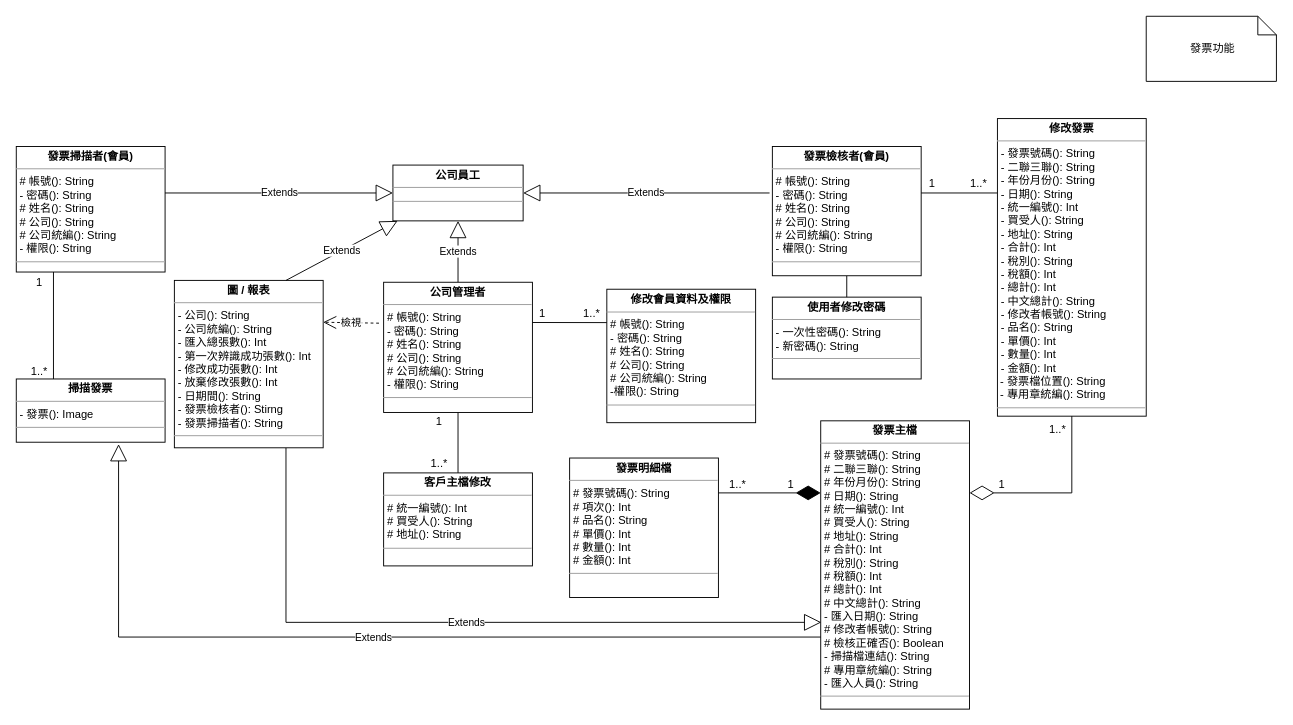
Before: 第五章 圖片繪製及匯出檔/分析類別圖-Analysisclass.drawio in dkf0723/BillAutoIdentify, a draw.io diagram. Source tidied: cells renumbered, new cells numbered last; positions are measured from the earlier drawing's top-left corner, leaving out a move shared by most shapes. Both pictures are drawn from the tidied source at 93%, with x=0, y=0 at pixel (16, 16).
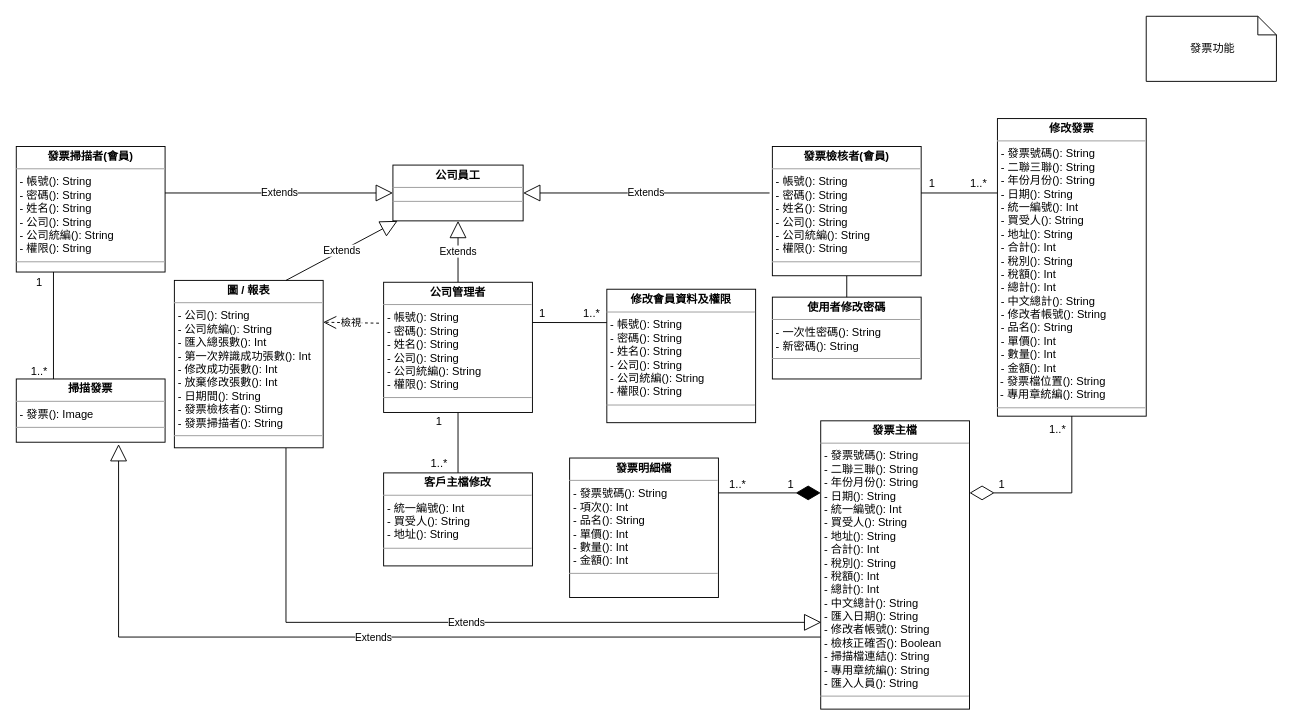
Above is the later version.

What changed in the source:
```diff
@@
-    <mxCell id="2" value="&lt;p style=&quot;margin:0px;margin-top:4px;text-align:center;&quot;&gt;&lt;b&gt;客戶主檔修改&lt;/b&gt;&lt;/p&gt;&lt;hr size=&quot;1&quot;&gt;&lt;p style=&quot;border-color: var(--border-color); margin: 0px 0px 0px 4px;&quot;&gt;# 統一編號(): Int&lt;/p&gt;&lt;p style=&quot;border-color: var(--border-color); margin: 0px 0px 0px 4px;&quot;&gt;# 買受人(): String&lt;/p&gt;&lt;p style=&quot;border-color: var(--border-color); margin: 0px 0px 0px 4px;&quot;&gt;# 地址(): String&lt;/p&gt;&lt;hr size=&quot;1&quot;&gt;&lt;p style=&quot;margin:0px;margin-left:4px;&quot;&gt;&lt;br&gt;&lt;/p&gt;" style="verticalAlign=top;align=left;overflow=fill;fontSize=12;fontFamily=Helvetica;html=1;whiteSpace=wrap;" parent="1" vertex="1">
+    <mxCell id="2" value="&lt;p style=&quot;margin:0px;margin-top:4px;text-align:center;&quot;&gt;&lt;b&gt;客戶主檔修改&lt;/b&gt;&lt;/p&gt;&lt;hr size=&quot;1&quot;&gt;&lt;p style=&quot;border-color: var(--border-color); margin: 0px 0px 0px 4px;&quot;&gt;- 統一編號(): Int&lt;/p&gt;&lt;p style=&quot;border-color: var(--border-color); margin: 0px 0px 0px 4px;&quot;&gt;- 買受人(): String&lt;/p&gt;&lt;p style=&quot;border-color: var(--border-color); margin: 0px 0px 0px 4px;&quot;&gt;- 地址(): String&lt;/p&gt;&lt;hr size=&quot;1&quot;&gt;&lt;p style=&quot;margin:0px;margin-left:4px;&quot;&gt;&lt;br&gt;&lt;/p&gt;" style="verticalAlign=top;align=left;overflow=fill;fontSize=12;fontFamily=Helvetica;html=1;whiteSpace=wrap;" parent="1" vertex="1">
       <mxGeometry x="395" y="491" width="160" height="100" as="geometry" />
     </mxCell>
@@
-    <mxCell id="4" value="&lt;p style=&quot;margin:0px;margin-top:4px;text-align:center;&quot;&gt;&lt;b&gt;發票主檔&lt;/b&gt;&lt;/p&gt;&lt;hr size=&quot;1&quot;&gt;&lt;p style=&quot;border-color: var(--border-color); margin: 0px 0px 0px 4px;&quot;&gt;# 發票號碼(): String&lt;/p&gt;&lt;p style=&quot;border-color: var(--border-color); margin: 0px 0px 0px 4px;&quot;&gt;# 二聯三聯(): String&lt;/p&gt;&lt;p style=&quot;border-color: var(--border-color); margin: 0px 0px 0px 4px;&quot;&gt;# 年份月份(): String&lt;/p&gt;&lt;p style=&quot;border-color: var(--border-color); margin: 0px 0px 0px 4px;&quot;&gt;# 日期(): String&lt;/p&gt;&lt;p style=&quot;border-color: var(--border-color); margin: 0px 0px 0px 4px;&quot;&gt;# 統一編號(): Int&lt;/p&gt;&lt;p style=&quot;border-color: var(--border-color); margin: 0px 0px 0px 4px;&quot;&gt;# 買受人(): String&lt;/p&gt;&lt;p style=&quot;border-color: var(--border-color); margin: 0px 0px 0px 4px;&quot;&gt;# 地址(): String&lt;/p&gt;&lt;p style=&quot;border-color: var(--border-color); margin: 0px 0px 0px 4px;&quot;&gt;# 合計(): Int&lt;/p&gt;&lt;p style=&quot;border-color: var(--border-color); margin: 0px 0px 0px 4px;&quot;&gt;# 稅別(): String&lt;/p&gt;&lt;p style=&quot;border-color: var(--border-color); margin: 0px 0px 0px 4px;&quot;&gt;# 稅額(): Int&lt;/p&gt;&lt;p style=&quot;border-color: var(--border-color); margin: 0px 0px 0px 4px;&quot;&gt;# 總計(): Int&lt;/p&gt;&lt;p style=&quot;border-color: var(--border-color); margin: 0px 0px 0px 4px;&quot;&gt;# 中文總計(): String&lt;/p&gt;&lt;p style=&quot;border-color: var(--border-color); margin: 0px 0px 0px 4px;&quot;&gt;- 匯入日期(): String&lt;/p&gt;&lt;p style=&quot;border-color: var(--border-color); margin: 0px 0px 0px 4px;&quot;&gt;# 修改者帳號(): String&lt;/p&gt;&lt;p style=&quot;border-color: var(--border-color); margin: 0px 0px 0px 4px;&quot;&gt;# 檢核正確否(): Boolean&lt;/p&gt;&lt;p style=&quot;border-color: var(--border-color); margin: 0px 0px 0px 4px;&quot;&gt;- 掃描檔連結(): String&lt;/p&gt;&lt;p style=&quot;border-color: var(--border-color); margin: 0px 0px 0px 4px;&quot;&gt;# 專用章統編(): String&lt;/p&gt;&lt;p style=&quot;border-color: var(--border-color); margin: 0px 0px 0px 4px;&quot;&gt;- 匯入人員(): String&lt;/p&gt;&lt;hr size=&quot;1&quot;&gt;&lt;p style=&quot;margin:0px;margin-left:4px;&quot;&gt;&lt;br&gt;&lt;/p&gt;" style="verticalAlign=top;align=left;overflow=fill;fontSize=12;fontFamily=Helvetica;html=1;whiteSpace=wrap;" parent="1" vertex="1">
+    <mxCell id="4" value="&lt;p style=&quot;margin:0px;margin-top:4px;text-align:center;&quot;&gt;&lt;b&gt;發票主檔&lt;/b&gt;&lt;/p&gt;&lt;hr size=&quot;1&quot;&gt;&lt;p style=&quot;border-color: var(--border-color); margin: 0px 0px 0px 4px;&quot;&gt;- 發票號碼(): String&lt;/p&gt;&lt;p style=&quot;border-color: var(--border-color); margin: 0px 0px 0px 4px;&quot;&gt;- 二聯三聯(): String&lt;/p&gt;&lt;p style=&quot;border-color: var(--border-color); margin: 0px 0px 0px 4px;&quot;&gt;- 年份月份(): String&lt;/p&gt;&lt;p style=&quot;border-color: var(--border-color); margin: 0px 0px 0px 4px;&quot;&gt;- 日期(): String&lt;/p&gt;&lt;p style=&quot;border-color: var(--border-color); margin: 0px 0px 0px 4px;&quot;&gt;- 統一編號(): Int&lt;/p&gt;&lt;p style=&quot;border-color: var(--border-color); margin: 0px 0px 0px 4px;&quot;&gt;- 買受人(): String&lt;/p&gt;&lt;p style=&quot;border-color: var(--border-color); margin: 0px 0px 0px 4px;&quot;&gt;- 地址(): String&lt;/p&gt;&lt;p style=&quot;border-color: var(--border-color); margin: 0px 0px 0px 4px;&quot;&gt;- 合計(): Int&lt;/p&gt;&lt;p style=&quot;border-color: var(--border-color); margin: 0px 0px 0px 4px;&quot;&gt;- 稅別(): String&lt;/p&gt;&lt;p style=&quot;border-color: var(--border-color); margin: 0px 0px 0px 4px;&quot;&gt;- 稅額(): Int&lt;/p&gt;&lt;p style=&quot;border-color: var(--border-color); margin: 0px 0px 0px 4px;&quot;&gt;- 總計(): Int&lt;/p&gt;&lt;p style=&quot;border-color: var(--border-color); margin: 0px 0px 0px 4px;&quot;&gt;- 中文總計(): String&lt;/p&gt;&lt;p style=&quot;border-color: var(--border-color); margin: 0px 0px 0px 4px;&quot;&gt;- 匯入日期(): String&lt;/p&gt;&lt;p style=&quot;border-color: var(--border-color); margin: 0px 0px 0px 4px;&quot;&gt;- 修改者帳號(): String&lt;/p&gt;&lt;p style=&quot;border-color: var(--border-color); margin: 0px 0px 0px 4px;&quot;&gt;- 檢核正確否(): Boolean&lt;/p&gt;&lt;p style=&quot;border-color: var(--border-color); margin: 0px 0px 0px 4px;&quot;&gt;- 掃描檔連結(): String&lt;/p&gt;&lt;p style=&quot;border-color: var(--border-color); margin: 0px 0px 0px 4px;&quot;&gt;- 專用章統編(): String&lt;/p&gt;&lt;p style=&quot;border-color: var(--border-color); margin: 0px 0px 0px 4px;&quot;&gt;- 匯入人員(): String&lt;/p&gt;&lt;hr size=&quot;1&quot;&gt;&lt;p style=&quot;margin:0px;margin-left:4px;&quot;&gt;&lt;br&gt;&lt;/p&gt;" style="verticalAlign=top;align=left;overflow=fill;fontSize=12;fontFamily=Helvetica;html=1;whiteSpace=wrap;" parent="1" vertex="1">
       <mxGeometry x="865" y="435" width="160" height="310" as="geometry" />
     </mxCell>
-    <mxCell id="5" value="&lt;p style=&quot;margin:0px;margin-top:4px;text-align:center;&quot;&gt;&lt;b&gt;發票明細檔&lt;/b&gt;&lt;/p&gt;&lt;hr size=&quot;1&quot;&gt;&lt;p style=&quot;border-color: var(--border-color); margin: 0px 0px 0px 4px;&quot;&gt;# 發票號碼(): String&lt;/p&gt;&lt;p style=&quot;border-color: var(--border-color); margin: 0px 0px 0px 4px;&quot;&gt;# 項次(): Int&lt;/p&gt;&lt;p style=&quot;border-color: var(--border-color); margin: 0px 0px 0px 4px;&quot;&gt;# 品名(): String&lt;/p&gt;&lt;p style=&quot;border-color: var(--border-color); margin: 0px 0px 0px 4px;&quot;&gt;# 單價(): Int&lt;/p&gt;&lt;p style=&quot;border-color: var(--border-color); margin: 0px 0px 0px 4px;&quot;&gt;# 數量(): Int&lt;/p&gt;&lt;p style=&quot;border-color: var(--border-color); margin: 0px 0px 0px 4px;&quot;&gt;# 金額(): Int&lt;/p&gt;&lt;hr size=&quot;1&quot;&gt;&lt;p style=&quot;margin:0px;margin-left:4px;&quot;&gt;&lt;br&gt;&lt;/p&gt;&lt;p style=&quot;margin:0px;margin-left:4px;&quot;&gt;&lt;br&gt;&lt;/p&gt;" style="verticalAlign=top;align=left;overflow=fill;fontSize=12;fontFamily=Helvetica;html=1;whiteSpace=wrap;" parent="1" vertex="1">
+    <mxCell id="5" value="&lt;p style=&quot;margin:0px;margin-top:4px;text-align:center;&quot;&gt;&lt;b&gt;發票明細檔&lt;/b&gt;&lt;/p&gt;&lt;hr size=&quot;1&quot;&gt;&lt;p style=&quot;border-color: var(--border-color); margin: 0px 0px 0px 4px;&quot;&gt;- 發票號碼(): String&lt;/p&gt;&lt;p style=&quot;border-color: var(--border-color); margin: 0px 0px 0px 4px;&quot;&gt;- 項次(): Int&lt;/p&gt;&lt;p style=&quot;border-color: var(--border-color); margin: 0px 0px 0px 4px;&quot;&gt;- 品名(): String&lt;/p&gt;&lt;p style=&quot;border-color: var(--border-color); margin: 0px 0px 0px 4px;&quot;&gt;- 單價(): Int&lt;/p&gt;&lt;p style=&quot;border-color: var(--border-color); margin: 0px 0px 0px 4px;&quot;&gt;- 數量(): Int&lt;/p&gt;&lt;p style=&quot;border-color: var(--border-color); margin: 0px 0px 0px 4px;&quot;&gt;- 金額(): Int&lt;/p&gt;&lt;hr size=&quot;1&quot;&gt;&lt;p style=&quot;margin:0px;margin-left:4px;&quot;&gt;&lt;br&gt;&lt;/p&gt;&lt;p style=&quot;margin:0px;margin-left:4px;&quot;&gt;&lt;br&gt;&lt;/p&gt;" style="verticalAlign=top;align=left;overflow=fill;fontSize=12;fontFamily=Helvetica;html=1;whiteSpace=wrap;" parent="1" vertex="1">
       <mxGeometry x="595" y="475" width="160" height="150" as="geometry" />
     </mxCell>
-    <mxCell id="6" value="&lt;p style=&quot;margin:0px;margin-top:4px;text-align:center;&quot;&gt;&lt;b&gt;修改會員資料及權限&lt;/b&gt;&lt;/p&gt;&lt;hr size=&quot;1&quot;&gt;&lt;p style=&quot;border-color: var(--border-color); margin: 0px 0px 0px 4px;&quot;&gt;# 帳號(): String&lt;/p&gt;&lt;p style=&quot;border-color: var(--border-color); margin: 0px 0px 0px 4px;&quot;&gt;- 密碼(): String&lt;/p&gt;&lt;p style=&quot;border-color: var(--border-color); margin: 0px 0px 0px 4px;&quot;&gt;# 姓名(): String&lt;br&gt;&lt;/p&gt;&lt;p style=&quot;border-color: var(--border-color); margin: 0px 0px 0px 4px;&quot;&gt;# 公司(): String&lt;/p&gt;&lt;p style=&quot;border-color: var(--border-color); margin: 0px 0px 0px 4px;&quot;&gt;# 公司統編(): String&lt;/p&gt;&lt;p style=&quot;border-color: var(--border-color); margin: 0px 0px 0px 4px;&quot;&gt;-權限(): String&lt;/p&gt;&lt;hr size=&quot;1&quot;&gt;&lt;p style=&quot;border-color: var(--border-color); margin: 0px 0px 0px 4px;&quot;&gt;&lt;br&gt;&lt;/p&gt;" style="verticalAlign=top;align=left;overflow=fill;fontSize=12;fontFamily=Helvetica;html=1;whiteSpace=wrap;" parent="1" vertex="1">
+    <mxCell id="6" value="&lt;p style=&quot;margin:0px;margin-top:4px;text-align:center;&quot;&gt;&lt;b&gt;修改會員資料及權限&lt;/b&gt;&lt;/p&gt;&lt;hr size=&quot;1&quot;&gt;&lt;p style=&quot;border-color: var(--border-color); margin: 0px 0px 0px 4px;&quot;&gt;- 帳號(): String&lt;/p&gt;&lt;p style=&quot;border-color: var(--border-color); margin: 0px 0px 0px 4px;&quot;&gt;- 密碼(): String&lt;/p&gt;&lt;p style=&quot;border-color: var(--border-color); margin: 0px 0px 0px 4px;&quot;&gt;- 姓名(): String&lt;br&gt;&lt;/p&gt;&lt;p style=&quot;border-color: var(--border-color); margin: 0px 0px 0px 4px;&quot;&gt;- 公司(): String&lt;/p&gt;&lt;p style=&quot;border-color: var(--border-color); margin: 0px 0px 0px 4px;&quot;&gt;- 公司統編(): String&lt;/p&gt;&lt;p style=&quot;border-color: var(--border-color); margin: 0px 0px 0px 4px;&quot;&gt;- 權限(): String&lt;/p&gt;&lt;hr size=&quot;1&quot;&gt;&lt;p style=&quot;border-color: var(--border-color); margin: 0px 0px 0px 4px;&quot;&gt;&lt;br&gt;&lt;/p&gt;" style="verticalAlign=top;align=left;overflow=fill;fontSize=12;fontFamily=Helvetica;html=1;whiteSpace=wrap;" parent="1" vertex="1">
       <mxGeometry x="635" y="293.5" width="160" height="143.5" as="geometry" />
     </mxCell>
@@
-    <mxCell id="27" value="&lt;p style=&quot;margin:0px;margin-top:4px;text-align:center;&quot;&gt;&lt;b&gt;發票檢核者(會員)&lt;/b&gt;&lt;/p&gt;&lt;hr size=&quot;1&quot;&gt;&lt;p style=&quot;border-color: var(--border-color); margin: 0px 0px 0px 4px;&quot;&gt;# 帳號(): String&lt;/p&gt;&lt;p style=&quot;border-color: var(--border-color); margin: 0px 0px 0px 4px;&quot;&gt;- 密碼(): String&lt;/p&gt;&lt;p style=&quot;border-color: var(--border-color); margin: 0px 0px 0px 4px;&quot;&gt;# 姓名(): String&lt;br&gt;&lt;/p&gt;&lt;p style=&quot;border-color: var(--border-color); margin: 0px 0px 0px 4px;&quot;&gt;# 公司(): String&lt;/p&gt;&lt;p style=&quot;border-color: var(--border-color); margin: 0px 0px 0px 4px;&quot;&gt;# 公司統編(): String&lt;/p&gt;&lt;p style=&quot;border-color: var(--border-color); margin: 0px 0px 0px 4px;&quot;&gt;- 權限(): String&lt;br&gt;&lt;/p&gt;&lt;hr size=&quot;1&quot;&gt;&lt;p style=&quot;border-color: var(--border-color); margin: 0px 0px 0px 4px;&quot;&gt;&lt;br&gt;&lt;/p&gt;&lt;p style=&quot;border-color: var(--border-color); margin: 0px 0px 0px 4px;&quot;&gt;&lt;br&gt;&lt;/p&gt;" style="verticalAlign=top;align=left;overflow=fill;fontSize=12;fontFamily=Helvetica;html=1;whiteSpace=wrap;" parent="1" vertex="1">
+    <mxCell id="27" value="&lt;p style=&quot;margin:0px;margin-top:4px;text-align:center;&quot;&gt;&lt;b&gt;發票檢核者(會員)&lt;/b&gt;&lt;/p&gt;&lt;hr size=&quot;1&quot;&gt;&lt;p style=&quot;border-color: var(--border-color); margin: 0px 0px 0px 4px;&quot;&gt;- 帳號(): String&lt;/p&gt;&lt;p style=&quot;border-color: var(--border-color); margin: 0px 0px 0px 4px;&quot;&gt;- 密碼(): String&lt;/p&gt;&lt;p style=&quot;border-color: var(--border-color); margin: 0px 0px 0px 4px;&quot;&gt;- 姓名(): String&lt;br&gt;&lt;/p&gt;&lt;p style=&quot;border-color: var(--border-color); margin: 0px 0px 0px 4px;&quot;&gt;- 公司(): String&lt;/p&gt;&lt;p style=&quot;border-color: var(--border-color); margin: 0px 0px 0px 4px;&quot;&gt;- 公司統編(): String&lt;/p&gt;&lt;p style=&quot;border-color: var(--border-color); margin: 0px 0px 0px 4px;&quot;&gt;- 權限(): String&lt;br&gt;&lt;/p&gt;&lt;hr size=&quot;1&quot;&gt;&lt;p style=&quot;border-color: var(--border-color); margin: 0px 0px 0px 4px;&quot;&gt;&lt;br&gt;&lt;/p&gt;&lt;p style=&quot;border-color: var(--border-color); margin: 0px 0px 0px 4px;&quot;&gt;&lt;br&gt;&lt;/p&gt;" style="verticalAlign=top;align=left;overflow=fill;fontSize=12;fontFamily=Helvetica;html=1;whiteSpace=wrap;" parent="1" vertex="1">
       <mxGeometry x="813" y="140" width="160" height="139" as="geometry" />
     </mxCell>
-    <mxCell id="28" value="&lt;p style=&quot;margin:0px;margin-top:4px;text-align:center;&quot;&gt;&lt;b&gt;公司管理者&lt;br&gt;&lt;/b&gt;&lt;/p&gt;&lt;hr size=&quot;1&quot;&gt;&lt;p style=&quot;border-color: var(--border-color); margin: 0px 0px 0px 4px;&quot;&gt;# 帳號(): String&lt;/p&gt;&lt;p style=&quot;border-color: var(--border-color); margin: 0px 0px 0px 4px;&quot;&gt;- 密碼(): String&lt;/p&gt;&lt;p style=&quot;border-color: var(--border-color); margin: 0px 0px 0px 4px;&quot;&gt;# 姓名(): String&lt;br&gt;&lt;/p&gt;&lt;p style=&quot;border-color: var(--border-color); margin: 0px 0px 0px 4px;&quot;&gt;# 公司(): String&lt;/p&gt;&lt;p style=&quot;border-color: var(--border-color); margin: 0px 0px 0px 4px;&quot;&gt;# 公司統編(): String&lt;/p&gt;&lt;p style=&quot;border-color: var(--border-color); margin: 0px 0px 0px 4px;&quot;&gt;- 權限(): String&lt;/p&gt;&lt;hr size=&quot;1&quot;&gt;&lt;p style=&quot;border-color: var(--border-color); margin: 0px 0px 0px 4px;&quot;&gt;&lt;br&gt;&lt;/p&gt;&lt;p style=&quot;border-color: var(--border-color); margin: 0px 0px 0px 4px;&quot;&gt;&lt;br&gt;&lt;/p&gt;" style="verticalAlign=top;align=left;overflow=fill;fontSize=12;fontFamily=Helvetica;html=1;whiteSpace=wrap;" parent="1" vertex="1">
+    <mxCell id="28" value="&lt;p style=&quot;margin:0px;margin-top:4px;text-align:center;&quot;&gt;&lt;b&gt;公司管理者&lt;br&gt;&lt;/b&gt;&lt;/p&gt;&lt;hr size=&quot;1&quot;&gt;&lt;p style=&quot;border-color: var(--border-color); margin: 0px 0px 0px 4px;&quot;&gt;- 帳號(): String&lt;/p&gt;&lt;p style=&quot;border-color: var(--border-color); margin: 0px 0px 0px 4px;&quot;&gt;- 密碼(): String&lt;/p&gt;&lt;p style=&quot;border-color: var(--border-color); margin: 0px 0px 0px 4px;&quot;&gt;- 姓名(): String&lt;br&gt;&lt;/p&gt;&lt;p style=&quot;border-color: var(--border-color); margin: 0px 0px 0px 4px;&quot;&gt;- 公司(): String&lt;/p&gt;&lt;p style=&quot;border-color: var(--border-color); margin: 0px 0px 0px 4px;&quot;&gt;- 公司統編(): String&lt;/p&gt;&lt;p style=&quot;border-color: var(--border-color); margin: 0px 0px 0px 4px;&quot;&gt;- 權限(): String&lt;/p&gt;&lt;hr size=&quot;1&quot;&gt;&lt;p style=&quot;border-color: var(--border-color); margin: 0px 0px 0px 4px;&quot;&gt;&lt;br&gt;&lt;/p&gt;&lt;p style=&quot;border-color: var(--border-color); margin: 0px 0px 0px 4px;&quot;&gt;&lt;br&gt;&lt;/p&gt;" style="verticalAlign=top;align=left;overflow=fill;fontSize=12;fontFamily=Helvetica;html=1;whiteSpace=wrap;" parent="1" vertex="1">
       <mxGeometry x="395" y="286" width="160" height="140" as="geometry" />
     </mxCell>
@@
-    <mxCell id="31" value="&lt;p style=&quot;margin:0px;margin-top:4px;text-align:center;&quot;&gt;&lt;b&gt;發票掃描者(會員)&lt;/b&gt;&lt;/p&gt;&lt;hr size=&quot;1&quot;&gt;&lt;p style=&quot;border-color: var(--border-color); margin: 0px 0px 0px 4px;&quot;&gt;# 帳號(): String&lt;/p&gt;&lt;p style=&quot;border-color: var(--border-color); margin: 0px 0px 0px 4px;&quot;&gt;- 密碼(): String&lt;/p&gt;&lt;p style=&quot;border-color: var(--border-color); margin: 0px 0px 0px 4px;&quot;&gt;# 姓名(): String&lt;/p&gt;&lt;p style=&quot;border-color: var(--border-color); margin: 0px 0px 0px 4px;&quot;&gt;# 公司(): String&lt;/p&gt;&lt;p style=&quot;border-color: var(--border-color); margin: 0px 0px 0px 4px;&quot;&gt;# 公司統編(): String&lt;/p&gt;&lt;p style=&quot;border-color: var(--border-color); margin: 0px 0px 0px 4px;&quot;&gt;- 權限(): String&lt;br&gt;&lt;/p&gt;&lt;hr size=&quot;1&quot;&gt;&lt;p style=&quot;border-color: var(--border-color); margin: 0px 0px 0px 4px;&quot;&gt;&lt;br&gt;&lt;/p&gt;&lt;p style=&quot;border-color: var(--border-color); margin: 0px 0px 0px 4px;&quot;&gt;&lt;br&gt;&lt;/p&gt;" style="verticalAlign=top;align=left;overflow=fill;fontSize=12;fontFamily=Helvetica;html=1;whiteSpace=wrap;" parent="1" vertex="1">
+    <mxCell id="31" value="&lt;p style=&quot;margin:0px;margin-top:4px;text-align:center;&quot;&gt;&lt;b&gt;發票掃描者(會員)&lt;/b&gt;&lt;/p&gt;&lt;hr size=&quot;1&quot;&gt;&lt;p style=&quot;border-color: var(--border-color); margin: 0px 0px 0px 4px;&quot;&gt;- 帳號(): String&lt;/p&gt;&lt;p style=&quot;border-color: var(--border-color); margin: 0px 0px 0px 4px;&quot;&gt;- 密碼(): String&lt;/p&gt;&lt;p style=&quot;border-color: var(--border-color); margin: 0px 0px 0px 4px;&quot;&gt;- 姓名(): String&lt;/p&gt;&lt;p style=&quot;border-color: var(--border-color); margin: 0px 0px 0px 4px;&quot;&gt;- 公司(): String&lt;/p&gt;&lt;p style=&quot;border-color: var(--border-color); margin: 0px 0px 0px 4px;&quot;&gt;- 公司統編(): String&lt;/p&gt;&lt;p style=&quot;border-color: var(--border-color); margin: 0px 0px 0px 4px;&quot;&gt;- 權限(): String&lt;br&gt;&lt;/p&gt;&lt;hr size=&quot;1&quot;&gt;&lt;p style=&quot;border-color: var(--border-color); margin: 0px 0px 0px 4px;&quot;&gt;&lt;br&gt;&lt;/p&gt;&lt;p style=&quot;border-color: var(--border-color); margin: 0px 0px 0px 4px;&quot;&gt;&lt;br&gt;&lt;/p&gt;" style="verticalAlign=top;align=left;overflow=fill;fontSize=12;fontFamily=Helvetica;html=1;whiteSpace=wrap;" parent="1" vertex="1">
       <mxGeometry y="140" width="160" height="135" as="geometry" />
     </mxCell>
```
